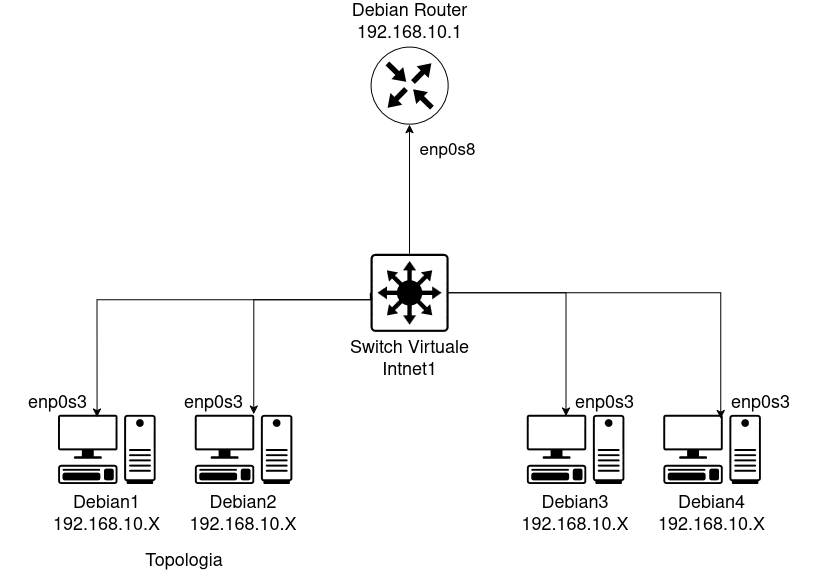
melo222/DAI-Open-Source keeps this draw.io diagram as Images/topologia_base.drawio.png. Above is the earlier version. Source tidied: cells renumbered, new cells last; positions are measured from the earlier drawing's top-left corner, leaving out a move shared by most shapes.
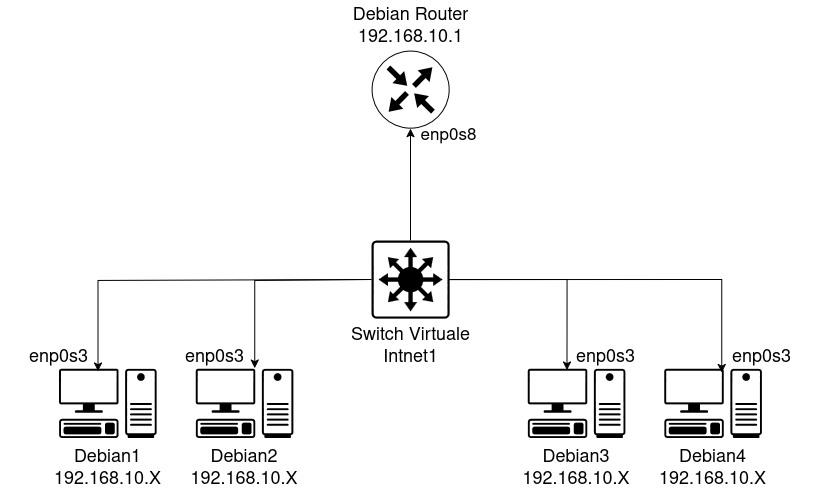
The same diagram one commit later.

What changed in the source:
```diff
@@ -9,7 +9,7 @@
       <mxGeometry relative="1" as="geometry" />
     </mxCell>
     <mxCell id="4" value="&lt;font style=&quot;font-size: 18px;&quot;&gt;Debian Router&lt;br&gt;192.168.10.1&lt;/font&gt;" style="sketch=0;points=[[0.5,0,0],[1,0.5,0],[0.5,1,0],[0,0.5,0],[0.145,0.145,0],[0.8555,0.145,0],[0.855,0.8555,0],[0.145,0.855,0]];verticalLabelPosition=top;html=1;verticalAlign=bottom;align=center;shape=mxgraph.cisco19.rect;prIcon=router;fillColor=none;strokeColor=light-dark(#000000, #241f31);fontSize=10;labelPosition=center;" parent="2" vertex="1">
-      <mxGeometry x="371" width="78.1" height="78.1" as="geometry" />
+      <mxGeometry x="371" y="50" width="78.1" height="78.1" as="geometry" />
     </mxCell>
     <mxCell id="5" value="Debian1&#10;192.168.10.X" style="shape=mxgraph.networks2.icon;fillColor=none;strokeColor=#000000;gradientColor=light-dark(#000000, #979c9e);network2IconShadow=1;network2bgFillColor=none;labelPosition=center;verticalLabelPosition=bottom;align=center;verticalAlign=top;network2Icon=mxgraph.networks2.pc;network2IconYOffset=-0.0593;network2IconW=0.9999;network2IconH=0.7096;fontSize=18;" parent="2" vertex="1">
       <mxGeometry x="58.6" y="368.3" width="97.6" height="69.3" as="geometry" />
@@ -26,7 +26,7 @@
     <mxCell id="9" style="edgeStyle=orthogonalEdgeStyle;rounded=0;jettySize=auto;html=1;entryX=0.605;entryY=-0.009;entryDx=0;entryDy=0;entryPerimeter=0;exitX=0;exitY=0.5;exitDx=0;exitDy=0;exitPerimeter=0;" parent="2" edge="1" source="12" target="6">
       <mxGeometry relative="1" as="geometry">
         <Array as="points">
-          <mxPoint x="253.8" y="253.2" />
+          <mxPoint x="254" y="280" />
         </Array>
       </mxGeometry>
     </mxCell>
@@ -34,7 +34,7 @@
       <mxGeometry relative="1" as="geometry">
         <mxPoint x="97.6" y="370.6" as="targetPoint" />
         <Array as="points">
-          <mxPoint x="97.6" y="253.2" />
+          <mxPoint x="98" y="280" />
         </Array>
       </mxGeometry>
     </mxCell>
@@ -42,13 +42,13 @@
       <mxGeometry relative="1" as="geometry" />
     </mxCell>
     <mxCell id="12" value="&lt;font style=&quot;font-size: 18px;&quot;&gt;Switch Virtuale&lt;br&gt;Intnet1&lt;/font&gt;" style="sketch=0;points=[[0.015,0.015,0],[0.985,0.015,0],[0.985,0.985,0],[0.015,0.985,0],[0.25,0,0],[0.5,0,0],[0.75,0,0],[1,0.25,0],[1,0.5,0],[1,0.75,0],[0.75,1,0],[0.5,1,0],[0.25,1,0],[0,0.75,0],[0,0.5,0],[0,0.25,0]];verticalLabelPosition=bottom;html=1;verticalAlign=top;align=center;shape=mxgraph.cisco19.rect;prIcon=l3_switch;fillColor=none;strokeColor=light-dark(#000000,#FFFFFF);" parent="2" vertex="1">
-      <mxGeometry x="371" y="207.2" width="78.1" height="78.1" as="geometry" />
+      <mxGeometry x="371" y="240" width="78.1" height="78.1" as="geometry" />
     </mxCell>
     <mxCell id="13" style="rounded=0;jettySize=auto;html=1;exitX=0.5;exitY=0;exitDx=0;exitDy=0;exitPerimeter=0;entryX=0.5;entryY=1;entryDx=0;entryDy=0;entryPerimeter=0;" parent="2" edge="1" source="12" target="4">
       <mxGeometry relative="1" as="geometry" />
     </mxCell>
     <mxCell id="14" value="&lt;font&gt;enp0s8&lt;/font&gt;" style="text;html=1;whiteSpace=wrap;strokeColor=none;fillColor=none;align=center;verticalAlign=middle;rounded=0;fontSize=17;" parent="2" vertex="1">
-      <mxGeometry x="390.5" y="69.1" width="117.1" height="69.1" as="geometry" />
+      <mxGeometry x="390.5" y="100" width="117.1" height="69.1" as="geometry" />
     </mxCell>
     <mxCell id="15" value="&lt;div&gt;&lt;font&gt;enp0s3&lt;/font&gt;&lt;/div&gt;" style="text;html=1;whiteSpace=wrap;strokeColor=none;fillColor=none;align=center;verticalAlign=middle;rounded=0;fontStyle=0;fontSize=18;" parent="2" vertex="1">
       <mxGeometry x="702.9" y="322.3" width="117.1" height="69.1" as="geometry" />
@@ -62,8 +62,5 @@
     <mxCell id="18" value="&lt;div&gt;&lt;font&gt;enp0s3&lt;/font&gt;&lt;/div&gt;" style="text;html=1;whiteSpace=wrap;strokeColor=none;fillColor=none;align=center;verticalAlign=middle;rounded=0;fontStyle=0;fontSize=18;" parent="2" vertex="1">
       <mxGeometry y="322.3" width="117.1" height="69.1" as="geometry" />
     </mxCell>
-    <mxCell id="19" value="&lt;font style=&quot;font-size: 18px;&quot;&gt;Topologia&lt;/font&gt;" style="text;html=1;whiteSpace=wrap;strokeColor=none;fillColor=none;align=center;verticalAlign=middle;rounded=0;" parent="1" vertex="1">
-      <mxGeometry x="155" y="500" width="60" height="30" as="geometry" />
-    </mxCell>
   </root>
 </mxGraphModel>
```
